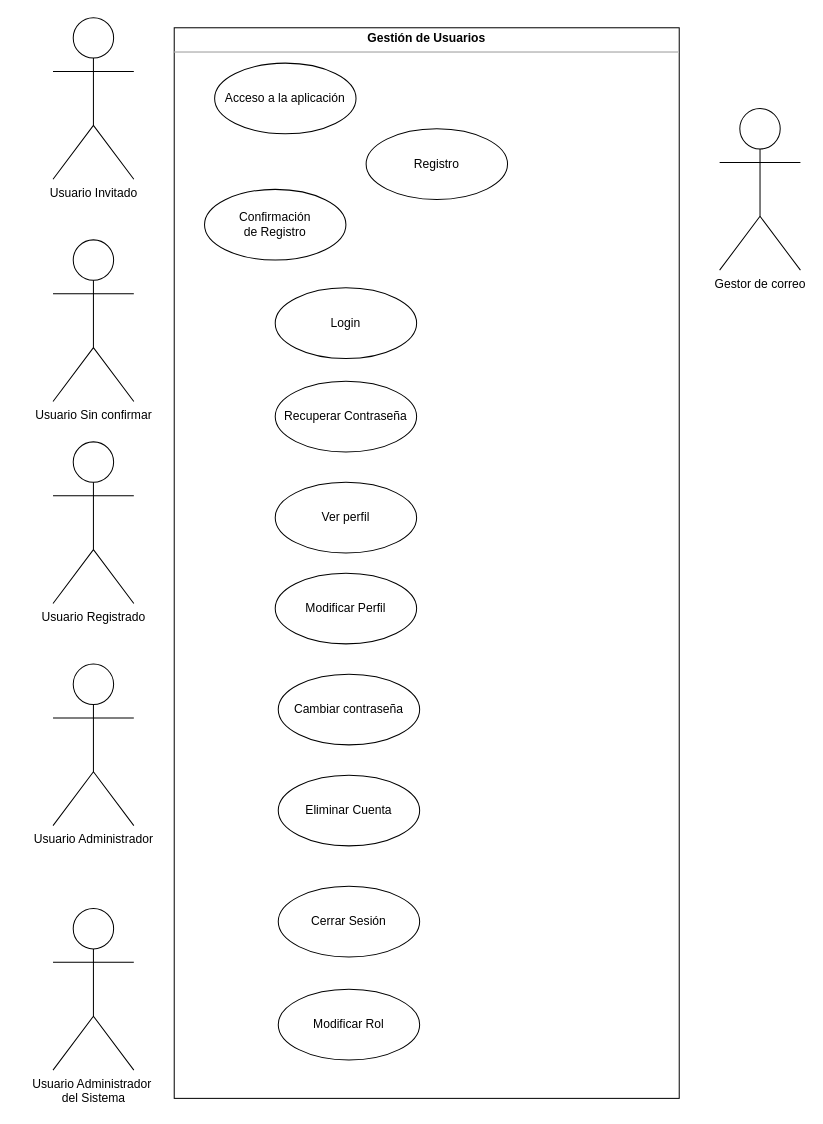
israelcm91/tfg keeps this draw.io diagram as memoria/diagrama.drawio. Above is the earlier version. Source tidied: cells renumbered, new cells numbered last; positions are measured from the earlier drawing's top-left corner, leaving out a move shared by most shapes. Both pictures are drawn from the tidied source at 101%, with x=0, y=0 at pixel (53, 17).
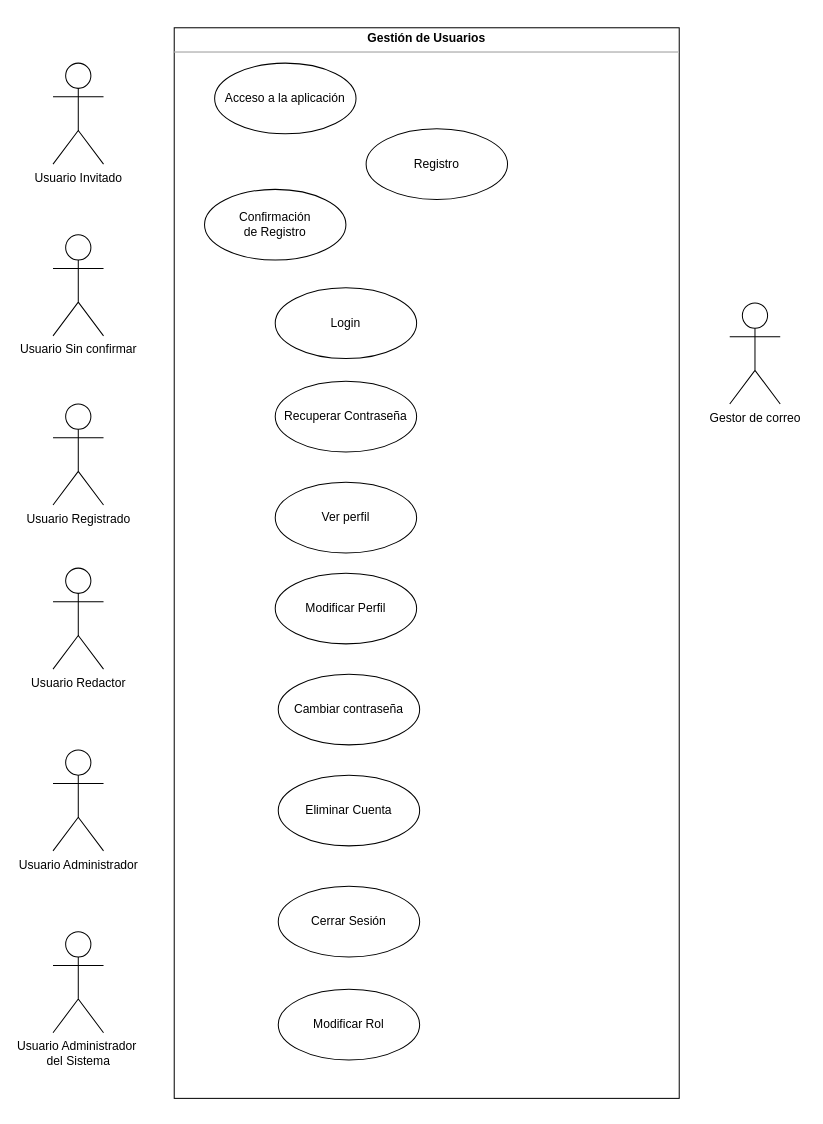
The same page after the edit.

The edit, as a diff of the source:
```diff
@@
     <mxCell id="2" value="Usuario Invitado" style="shape=umlActor;verticalLabelPosition=bottom;labelBackgroundColor=#ffffff;verticalAlign=top;html=1;shadow=0;" parent="1" vertex="1">
-      <mxGeometry width="80" height="160" as="geometry" />
+      <mxGeometry y="45" width="50" height="100" as="geometry" />
     </mxCell>
     <mxCell id="3" value="Usuario Sin confirmar" style="shape=umlActor;verticalLabelPosition=bottom;labelBackgroundColor=#ffffff;verticalAlign=top;html=1;shadow=0;" parent="1" vertex="1">
-      <mxGeometry y="220" width="80" height="160" as="geometry" />
+      <mxGeometry y="215" width="50" height="100" as="geometry" />
     </mxCell>
     <mxCell id="4" value="Usuario Registrado" style="shape=umlActor;verticalLabelPosition=bottom;labelBackgroundColor=#ffffff;verticalAlign=top;html=1;shadow=0;" parent="1" vertex="1">
-      <mxGeometry y="420" width="80" height="160" as="geometry" />
+      <mxGeometry y="382.5" width="50" height="100" as="geometry" />
     </mxCell>
     <mxCell id="5" value="Usuario Administrador" style="shape=umlActor;verticalLabelPosition=bottom;labelBackgroundColor=#ffffff;verticalAlign=top;html=1;shadow=0;" parent="1" vertex="1">
-      <mxGeometry y="640" width="80" height="160" as="geometry" />
+      <mxGeometry y="725" width="50" height="100" as="geometry" />
     </mxCell>
-    <mxCell id="6" value="Usuario Administrador&amp;nbsp;&lt;br&gt;del Sistema" style="shape=umlActor;verticalLabelPosition=bottom;labelBackgroundColor=#ffffff;verticalAlign=top;html=1;shadow=0;" parent="1" vertex="1">
-      <mxGeometry y="882" width="80" height="160" as="geometry" />
-    </mxCell>
@@
     <mxCell id="19" value="Gestor de correo" style="shape=umlActor;verticalLabelPosition=bottom;labelBackgroundColor=#ffffff;verticalAlign=top;html=1;shadow=0;" parent="1" vertex="1">
-      <mxGeometry x="660" y="90" width="80" height="160" as="geometry" />
+      <mxGeometry x="670" y="282.5" width="50" height="100" as="geometry" />
     </mxCell>
+    <mxCell id="20" value="Usuario Redactor" style="shape=umlActor;verticalLabelPosition=bottom;labelBackgroundColor=#ffffff;verticalAlign=top;html=1;shadow=0;" parent="1" vertex="1">
+      <mxGeometry y="545" width="50" height="100" as="geometry" />
+    </mxCell>
+    <mxCell id="6" value="Usuario Administrador&amp;nbsp;&lt;br&gt;del Sistema" style="shape=umlActor;verticalLabelPosition=bottom;labelBackgroundColor=#ffffff;verticalAlign=top;html=1;shadow=0;" parent="1" vertex="1">
+      <mxGeometry y="905" width="50" height="100" as="geometry" />
+    </mxCell>
```
